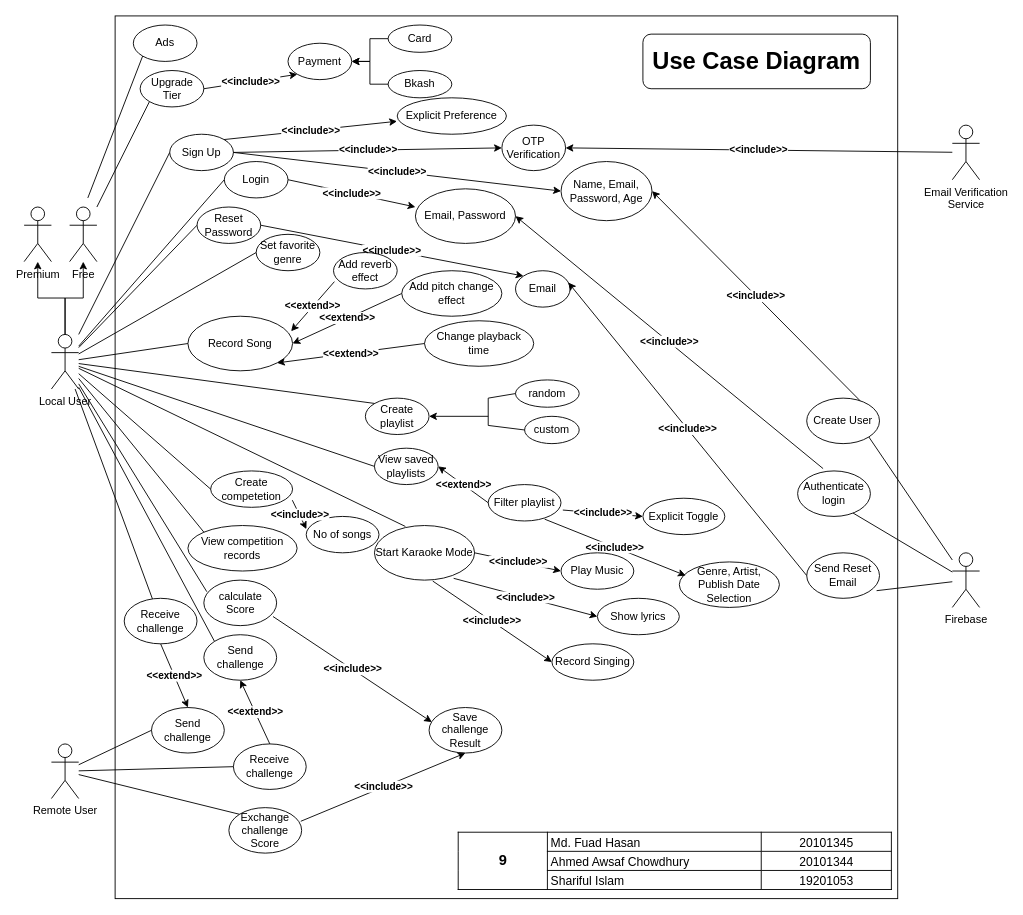
This is System Analysis/PocketKaraoke Usecase Diagram.drawio from FuSan21/PocketKaraoke, a draw.io file, before an edit. Source tidied: cells renumbered, new cells numbered last; positions are measured from the earlier drawing's top-left corner, leaving out a move shared by most shapes. Both pictures are drawn from the tidied source at 91%, with x=0, y=0 at pixel (24, 15).
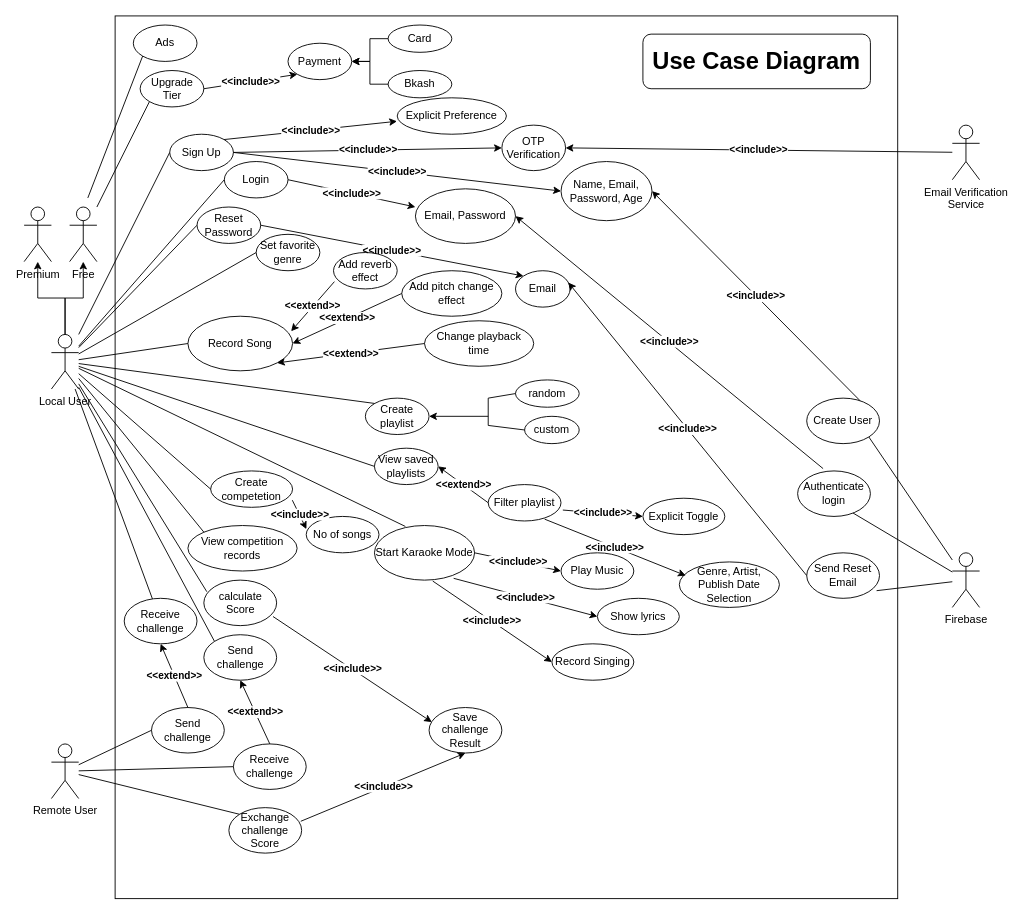
Above is the later version.

The change refers to these unchanged cells:
```xml
<mxCell id="40" value="Send challenge" style="ellipse;whiteSpace=wrap;html=1;fillColor=none;" parent="1" vertex="1">
  <mxGeometry x="140" y="760" width="80" height="50" as="geometry" />
</mxCell>
<mxCell id="42" value="Receive challenge" style="ellipse;whiteSpace=wrap;html=1;fillColor=none;" parent="1" vertex="1">
  <mxGeometry x="110" y="640" width="80" height="50" as="geometry" />
</mxCell>
```

The edit, as a diff of the source:
```diff
@@
-    <mxCell id="66" value="&amp;lt;&amp;lt;extend&amp;gt;&amp;gt;" style="endArrow=classic;html=1;rounded=0;exitX=0.5;exitY=1;exitDx=0;exitDy=0;entryX=0.5;entryY=0;entryDx=0;entryDy=0;fontStyle=1;" parent="1" edge="1" source="42" target="40">
+    <mxCell id="66" value="&amp;lt;&amp;lt;extend&amp;gt;&amp;gt;" style="endArrow=classic;html=1;rounded=0;exitX=0.5;exitY=0;exitDx=0;exitDy=0;entryX=0.5;entryY=1;entryDx=0;entryDy=0;fontStyle=1;" parent="1" edge="1" source="40" target="42">
       <mxGeometry relative="1" as="geometry" />
     </mxCell>
@@
-    <mxCell id="87" value="&lt;table dir=&quot;ltr&quot; style=&quot;table-layout: fixed ; font-size: 10pt ; font-family: &amp;quot;arial&amp;quot; ; width: 0px ; border-collapse: collapse ; border: none&quot; cellspacing=&quot;0&quot; cellpadding=&quot;0&quot; border=&quot;1&quot;&gt;&lt;colgroup&gt;&lt;col width=&quot;98&quot;&gt;&lt;col width=&quot;235&quot;&gt;&lt;col width=&quot;143&quot;&gt;&lt;/colgroup&gt;&lt;tbody&gt;&lt;tr style=&quot;height: 21px&quot;&gt;&lt;td style=&quot;border-color: rgb(0, 0, 0); border-style: solid; border-width: 1px; overflow: hidden; padding: 0px 3px; vertical-align: middle; font-size: 12pt; font-weight: bold; overflow-wrap: break-word; text-align: center;&quot; rowspan=&quot;3&quot; colspan=&quot;1&quot;&gt;&lt;span&gt;&lt;div style=&quot;max-height: 63px&quot;&gt;9&lt;/div&gt;&lt;/span&gt;&lt;/td&gt;&lt;td style=&quot;border-top: 1px solid rgb(0, 0, 0); border-right: 1px solid rgb(0, 0, 0); border-bottom: 1px solid rgb(0, 0, 0); overflow: hidden; padding: 0px 3px; vertical-align: bottom; overflow-wrap: break-word;&quot;&gt;Md. Fuad Hasan&lt;/td&gt;&lt;td style=&quot;border-top: 1px solid rgb(0, 0, 0); border-right: 1px solid rgb(0, 0, 0); border-bottom: 1px solid rgb(0, 0, 0); overflow: hidden; padding: 0px 3px; vertical-align: bottom; overflow-wrap: break-word; text-align: center;&quot;&gt;20101345&lt;/td&gt;&lt;/tr&gt;&lt;tr style=&quot;height: 21px&quot;&gt;&lt;td style=&quot;border-right: 1px solid rgb(0, 0, 0); border-bottom: 1px solid rgb(0, 0, 0); overflow: hidden; padding: 0px 3px; vertical-align: bottom; overflow-wrap: break-word;&quot;&gt;Ahmed Awsaf Chowdhury&lt;/td&gt;&lt;td style=&quot;border-right: 1px solid rgb(0, 0, 0); border-bottom: 1px solid rgb(0, 0, 0); overflow: hidden; padding: 0px 3px; vertical-align: bottom; overflow-wrap: break-word; text-align: center;&quot;&gt;20101344&lt;/td&gt;&lt;/tr&gt;&lt;tr style=&quot;height: 21px&quot;&gt;&lt;td style=&quot;border-right: 1px solid rgb(0, 0, 0); border-bottom: 1px solid rgb(0, 0, 0); overflow: hidden; padding: 0px 3px; vertical-align: bottom; overflow-wrap: break-word;&quot;&gt;Shariful Islam&lt;/td&gt;&lt;td style=&quot;border-right: 1px solid rgb(0, 0, 0); border-bottom: 1px solid rgb(0, 0, 0); overflow: hidden; padding: 0px 3px; vertical-align: bottom; overflow-wrap: break-word; text-align: center;&quot;&gt;19201053&lt;/td&gt;&lt;/tr&gt;&lt;/tbody&gt;&lt;/table&gt;" style="text;whiteSpace=wrap;html=1;" parent="1" vertex="1">
-      <mxGeometry x="475" y="890" width="500" height="80" as="geometry" />
-    </mxCell>
```
